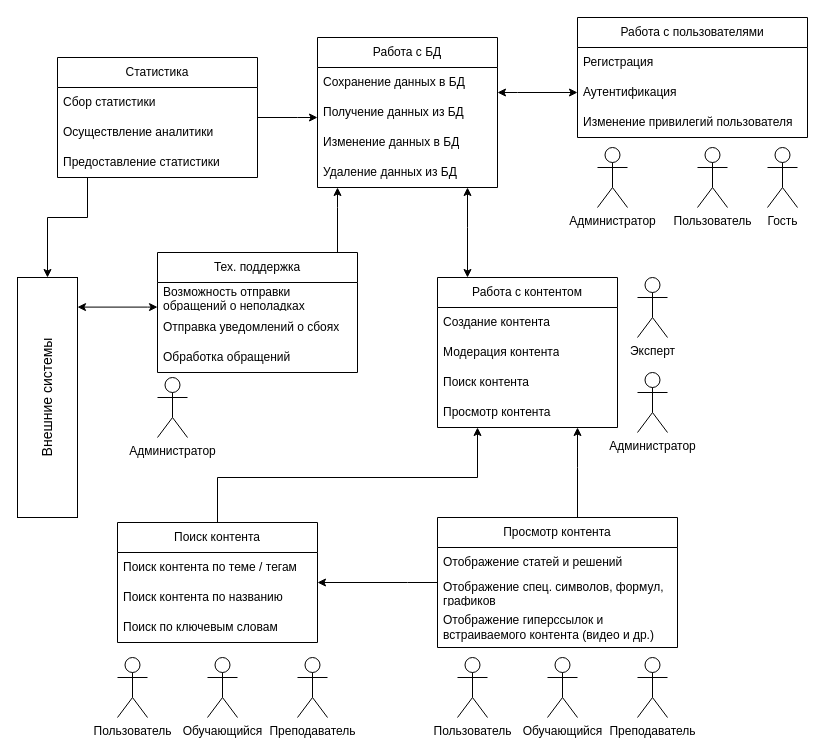
Above: ПИС_3_1.drawio in v-tempe/draw.io (draw.io), before the change. Source tidied: cells renumbered, new cells numbered last; positions are measured from the earlier drawing's top-left corner, leaving out a move shared by most shapes. Both pictures are drawn from the tidied source at 100%, with x=0, y=0 at pixel (-73, 17).
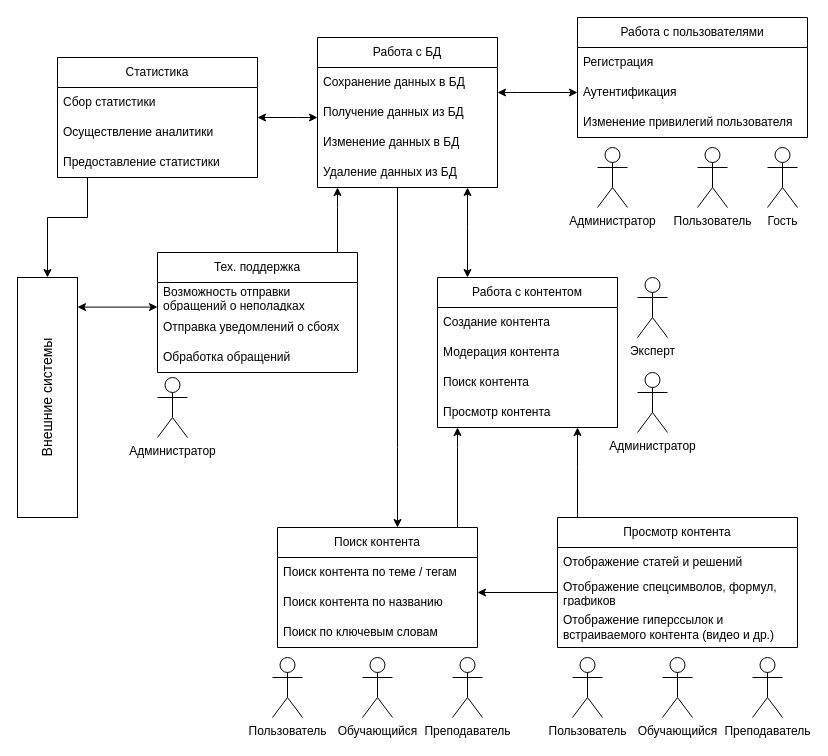
The same diagram, later.

The change refers to these unchanged cells:
```xml
<mxCell id="14" value="Работа с БД" style="swimlane;fontStyle=0;horizontal=1;startSize=30;whiteSpace=wrap;html=1;" parent="1" vertex="1">
  <mxGeometry x="390" y="20" width="180" height="150" as="geometry" />
</mxCell>
<mxCell id="20" value="Работа с контентом" style="swimlane;fontStyle=0;horizontal=1;startSize=30;whiteSpace=wrap;html=1;" parent="1" vertex="1">
  <mxGeometry x="510" y="260" width="180" height="150" as="geometry" />
</mxCell>
<mxCell id="41" value="Статистика" style="swimlane;fontStyle=0;horizontal=1;startSize=30;whiteSpace=wrap;html=1;" parent="1" vertex="1">
  <mxGeometry x="130" y="40" width="200" height="120" as="geometry" />
</mxCell>
```

What changed in the source:
```diff
@@
     <mxCell id="4" value="Преподаватель" style="shape=umlActor;verticalLabelPosition=bottom;verticalAlign=top;html=1;" parent="1" vertex="1">
-      <mxGeometry x="710" y="640" width="30" height="60" as="geometry" />
+      <mxGeometry x="825" y="640" width="30" height="60" as="geometry" />
     </mxCell>
     <mxCell id="5" value="Обучающийся" style="shape=umlActor;verticalLabelPosition=bottom;verticalAlign=top;html=1;" parent="1" vertex="1">
-      <mxGeometry x="620" y="640" width="30" height="60" as="geometry" />
+      <mxGeometry x="735" y="640" width="30" height="60" as="geometry" />
     </mxCell>
     <mxCell id="6" value="Пользователь" style="shape=umlActor;verticalLabelPosition=bottom;verticalAlign=top;html=1;" parent="1" vertex="1">
-      <mxGeometry x="530" y="640" width="30" height="60" as="geometry" />
+      <mxGeometry x="645" y="640" width="30" height="60" as="geometry" />
     </mxCell>
@@
+    <mxCell id="54" style="edgeStyle=orthogonalEdgeStyle;rounded=0;orthogonalLoop=1;jettySize=auto;html=1;" parent="1" edge="1">
+      <mxGeometry relative="1" as="geometry">
+        <mxPoint x="470" y="170" as="sourcePoint" />
+        <mxPoint x="470" y="510" as="targetPoint" />
+        <Array as="points">
+          <mxPoint x="470" y="430" />
+          <mxPoint x="470" y="430" />
+        </Array>
+      </mxGeometry>
+    </mxCell>
@@
     <mxCell id="25" style="edgeStyle=orthogonalEdgeStyle;rounded=0;jettySize=auto;html=1;" parent="1" edge="1" source="26" target="20">
       <mxGeometry relative="1" as="geometry">
         <Array as="points">
-          <mxPoint x="290" y="460" />
-          <mxPoint x="550" y="460" />
+          <mxPoint x="530" y="430" />
+          <mxPoint x="530" y="430" />
         </Array>
       </mxGeometry>
     </mxCell>
     <mxCell id="26" value="Поиск контента" style="swimlane;fontStyle=0;horizontal=1;startSize=30;whiteSpace=wrap;html=1;" parent="1" vertex="1">
-      <mxGeometry x="190" y="505" width="200" height="120" as="geometry" />
+      <mxGeometry x="350" y="510" width="200" height="120" as="geometry" />
     </mxCell>
@@
     <mxCell id="31" value="Просмотр контента" style="swimlane;fontStyle=0;horizontal=1;startSize=30;whiteSpace=wrap;html=1;" parent="1" vertex="1">
-      <mxGeometry x="510" y="500" width="240" height="130" as="geometry" />
+      <mxGeometry x="630" y="500" width="240" height="130" as="geometry" />
     </mxCell>
@@
-    <mxCell id="33" value="Отображение спец. символов, формул, графиков" style="text;strokeColor=none;fillColor=none;align=left;verticalAlign=middle;spacingLeft=4;spacingRight=4;overflow=hidden;points=[[0,0.5],[1,0.5]];portConstraint=eastwest;whiteSpace=wrap;html=1;" parent="31" vertex="1">
+    <mxCell id="33" value="Отображение спецсимволов, формул, графиков" style="text;strokeColor=none;fillColor=none;align=left;verticalAlign=middle;spacingLeft=4;spacingRight=4;overflow=hidden;points=[[0,0.5],[1,0.5]];portConstraint=eastwest;whiteSpace=wrap;html=1;" parent="31" vertex="1">
       <mxGeometry y="60" width="240" height="30" as="geometry" />
     </mxCell>
@@
-    <mxCell id="40" style="edgeStyle=orthogonalEdgeStyle;rounded=0;jettySize=auto;html=1;" parent="1" edge="1" source="41" target="14">
+    <mxCell id="40" style="edgeStyle=orthogonalEdgeStyle;rounded=0;jettySize=auto;html=1;startArrow=classic;startFill=1;" parent="1" edge="1" source="41" target="14">
       <mxGeometry relative="1" as="geometry">
         <Array as="points">
           <mxPoint x="370" y="100" />
           <mxPoint x="370" y="100" />
         </Array>
       </mxGeometry>
     </mxCell>
@@
     <mxCell id="48" value="Преподаватель" style="shape=umlActor;verticalLabelPosition=bottom;verticalAlign=top;html=1;" parent="1" vertex="1">
-      <mxGeometry x="370" y="640" width="30" height="60" as="geometry" />
+      <mxGeometry x="525" y="640" width="30" height="60" as="geometry" />
     </mxCell>
     <mxCell id="49" value="Обучающийся" style="shape=umlActor;verticalLabelPosition=bottom;verticalAlign=top;html=1;" parent="1" vertex="1">
-      <mxGeometry x="280" y="640" width="30" height="60" as="geometry" />
+      <mxGeometry x="435" y="640" width="30" height="60" as="geometry" />
     </mxCell>
     <mxCell id="50" value="Пользователь" style="shape=umlActor;verticalLabelPosition=bottom;verticalAlign=top;html=1;" parent="1" vertex="1">
-      <mxGeometry x="190" y="640" width="30" height="60" as="geometry" />
+      <mxGeometry x="345" y="640" width="30" height="60" as="geometry" />
     </mxCell>
```
